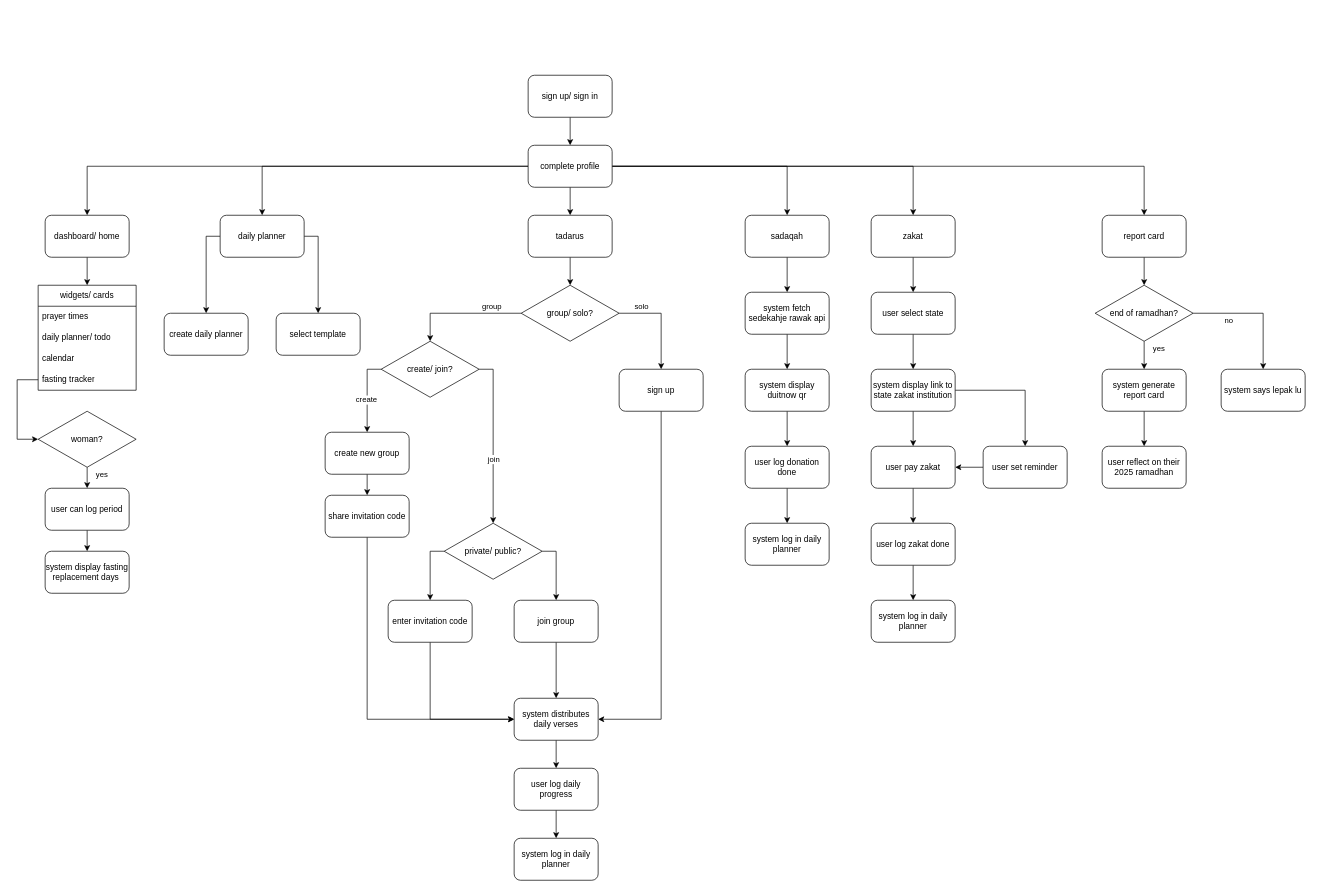
The draw.io diagram tadarus-flowchart.drawio in khrnchn/tadarus, before the edit. Source tidied: cells renumbered, new cells numbered last; positions are measured from the earlier drawing's top-left corner, leaving out a move shared by most shapes. Both pictures are drawn from the tidied source at 70%, with x=0, y=0 at pixel (17, 75).
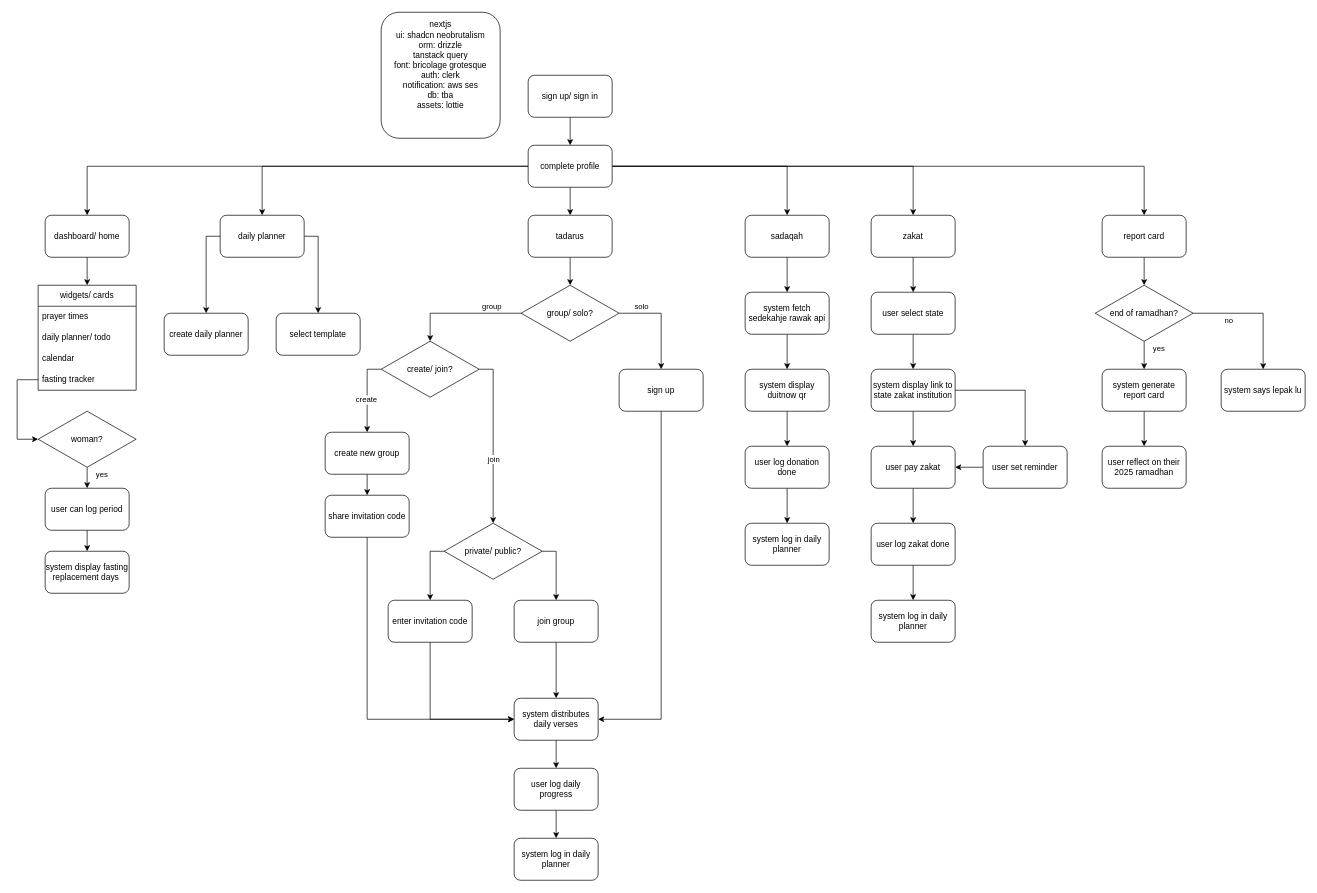
The same diagram, later.

Commit message:
add tech stack suggestion from qud

Diff of the diagram source:
```diff
@@
+    <mxCell id="94" value="nextjs&lt;div&gt;ui: shadcn neobrutalism&lt;br&gt;&lt;div&gt;orm: drizzle&lt;/div&gt;&lt;div&gt;tanstack query&lt;/div&gt;&lt;div&gt;font: bricolage grotesque&lt;/div&gt;&lt;div&gt;auth: clerk&lt;/div&gt;&lt;div&gt;notification: aws ses&lt;/div&gt;&lt;div&gt;db: tba&lt;/div&gt;&lt;div&gt;assets: lottie&lt;/div&gt;&lt;div&gt;&lt;br&gt;&lt;/div&gt;&lt;div&gt;&lt;br&gt;&lt;/div&gt;&lt;/div&gt;" style="rounded=1;whiteSpace=wrap;html=1;" parent="1" vertex="1">
+      <mxGeometry x="520" y="-90" width="170" height="180" as="geometry" />
+    </mxCell>
```
